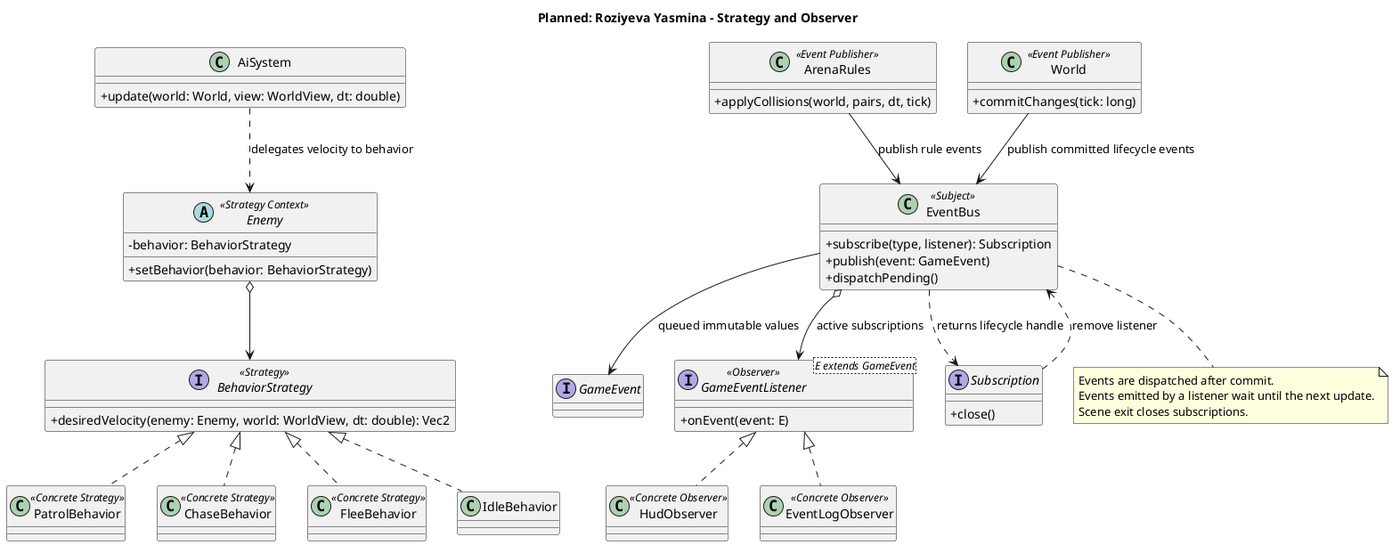
Above: docs/uml/rendered/behavior-patterns.png in AlmazCode/JSE (PlantUML), before the change.
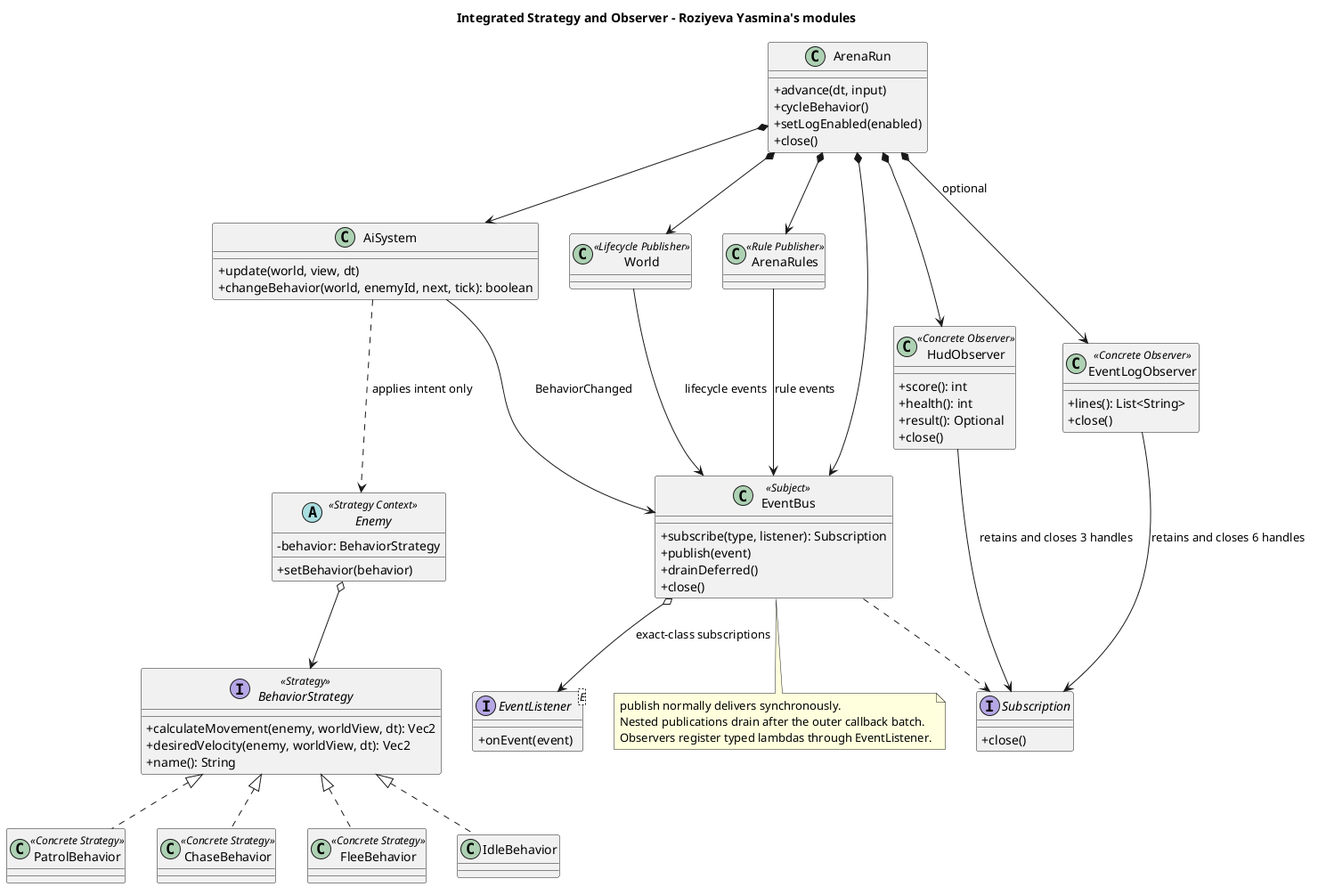
Above is the later version.

The edit, as a diff of the source:
```diff
@@ -1,57 +1,75 @@
 @startuml
-title Planned: Roziyeva Yasmina - Strategy and Observer
+title Integrated Strategy and Observer - Roziyeva Yasmina's modules
 skinparam classAttributeIconSize 0
+class ArenaRun {
+  + advance(dt, input)
+  + cycleBehavior()
+  + setLogEnabled(enabled)
+  + close()
+}
 abstract class Enemy <<Strategy Context>> {
   - behavior: BehaviorStrategy
-  + setBehavior(behavior: BehaviorStrategy)
+  + setBehavior(behavior)
 }
 interface BehaviorStrategy <<Strategy>> {
-  + desiredVelocity(enemy: Enemy, world: WorldView, dt: double): Vec2
+  + calculateMovement(enemy, worldView, dt): Vec2
+  + desiredVelocity(enemy, worldView, dt): Vec2
+  + name(): String
 }
 class PatrolBehavior <<Concrete Strategy>>
 class ChaseBehavior <<Concrete Strategy>>
 class FleeBehavior <<Concrete Strategy>>
 class IdleBehavior
 class AiSystem {
-  + update(world: World, view: WorldView, dt: double)
+  + update(world, view, dt)
+  + changeBehavior(world, enemyId, next, tick): boolean
 }
-class ArenaRules <<Event Publisher>> {
-  + applyCollisions(world, pairs, dt, tick)
-}
-class World <<Event Publisher>> {
-  + commitChanges(tick: long)
-}
-interface GameEvent
+class World <<Lifecycle Publisher>>
+class ArenaRules <<Rule Publisher>>
 class EventBus <<Subject>> {
   + subscribe(type, listener): Subscription
-  + publish(event: GameEvent)
-  + dispatchPending()
+  + publish(event)
+  + drainDeferred()
+  + close()
 }
-interface "GameEventListener<E extends GameEvent>" as Listener <<Observer>> {
-  + onEvent(event: E)
+interface "EventListener<E>" as Listener {
+  + onEvent(event)
 }
 interface Subscription {
   + close()
 }
-class HudObserver <<Concrete Observer>>
-class EventLogObserver <<Concrete Observer>>
+class HudObserver <<Concrete Observer>> {
+  + score(): int
+  + health(): int
+  + result(): Optional
+  + close()
+}
+class EventLogObserver <<Concrete Observer>> {
+  + lines(): List<String>
+  + close()
+}
+ArenaRun *--> World
+ArenaRun *--> ArenaRules
+ArenaRun *--> AiSystem
+ArenaRun *--> HudObserver
+ArenaRun *--> EventLogObserver : optional
+ArenaRun *--> EventBus
 Enemy o--> BehaviorStrategy
-AiSystem ..> Enemy : delegates velocity to behavior
+AiSystem ..> Enemy : applies intent only
 BehaviorStrategy <|.. PatrolBehavior
 BehaviorStrategy <|.. ChaseBehavior
 BehaviorStrategy <|.. FleeBehavior
 BehaviorStrategy <|.. IdleBehavior
-ArenaRules --> EventBus : publish rule events
-World --> EventBus : publish committed lifecycle events
-EventBus --> GameEvent : queued immutable values
-EventBus o--> Listener : active subscriptions
-EventBus ..> Subscription : returns lifecycle handle
-Subscription ..> EventBus : remove listener
-Listener <|.. HudObserver
-Listener <|.. EventLogObserver
+AiSystem --> EventBus : BehaviorChanged
+World --> EventBus : lifecycle events
+ArenaRules --> EventBus : rule events
+EventBus o--> Listener : exact-class subscriptions
+EventBus ..> Subscription
+HudObserver --> Subscription : retains and closes 3 handles
+EventLogObserver --> Subscription : retains and closes 6 handles
 note bottom of EventBus
-Events are dispatched after commit.
-Events emitted by a listener wait until the next update.
-Scene exit closes subscriptions.
+publish normally delivers synchronously.
+Nested publications drain after the outer callback batch.
+Observers register typed lambdas through EventListener.
 end note
 @enduml
```
